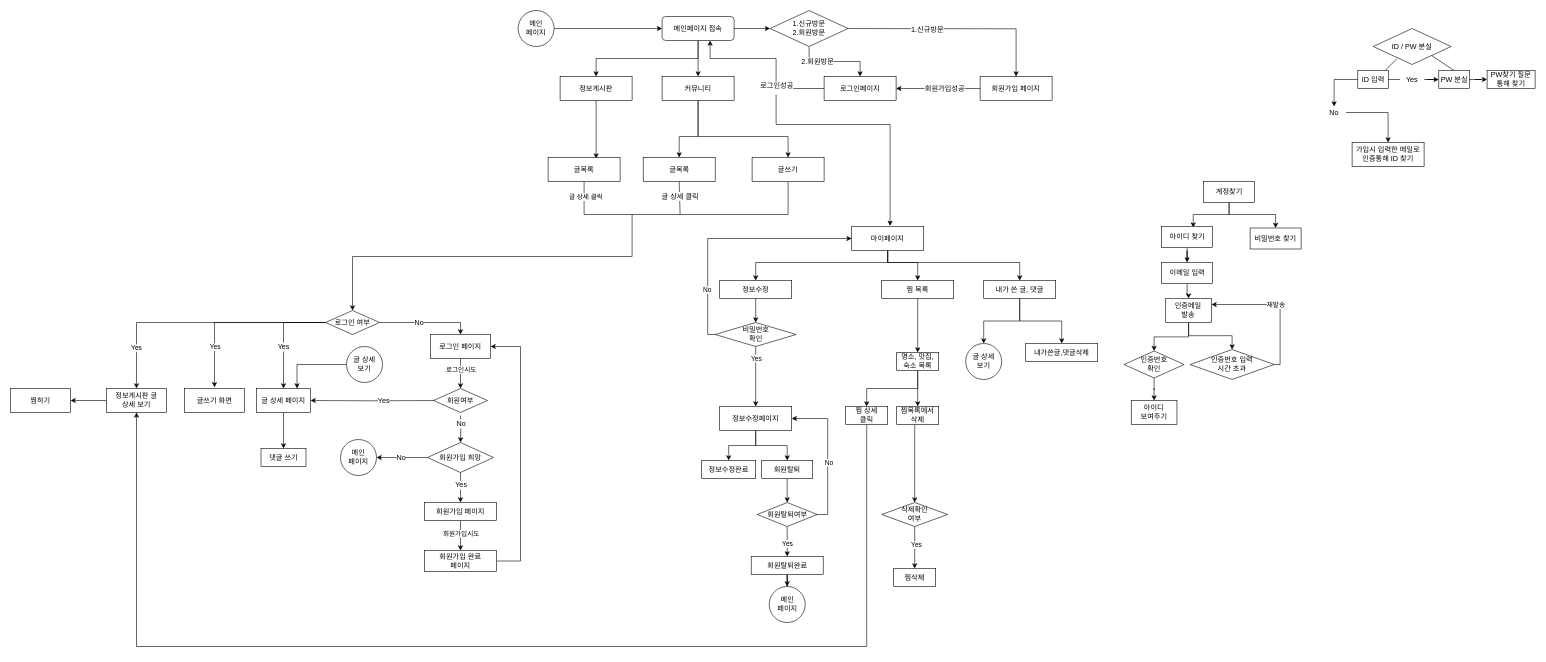
Before: Copy of Untitled Diagram.drawio in kzetadev/dotoriProject, a draw.io diagram. Source tidied: cells renumbered, new cells numbered last; positions are measured from the earlier drawing's top-left corner, leaving out a move shared by most shapes. Both pictures are drawn from the tidied source at 60%, with x=0, y=0 at pixel (10, 10).
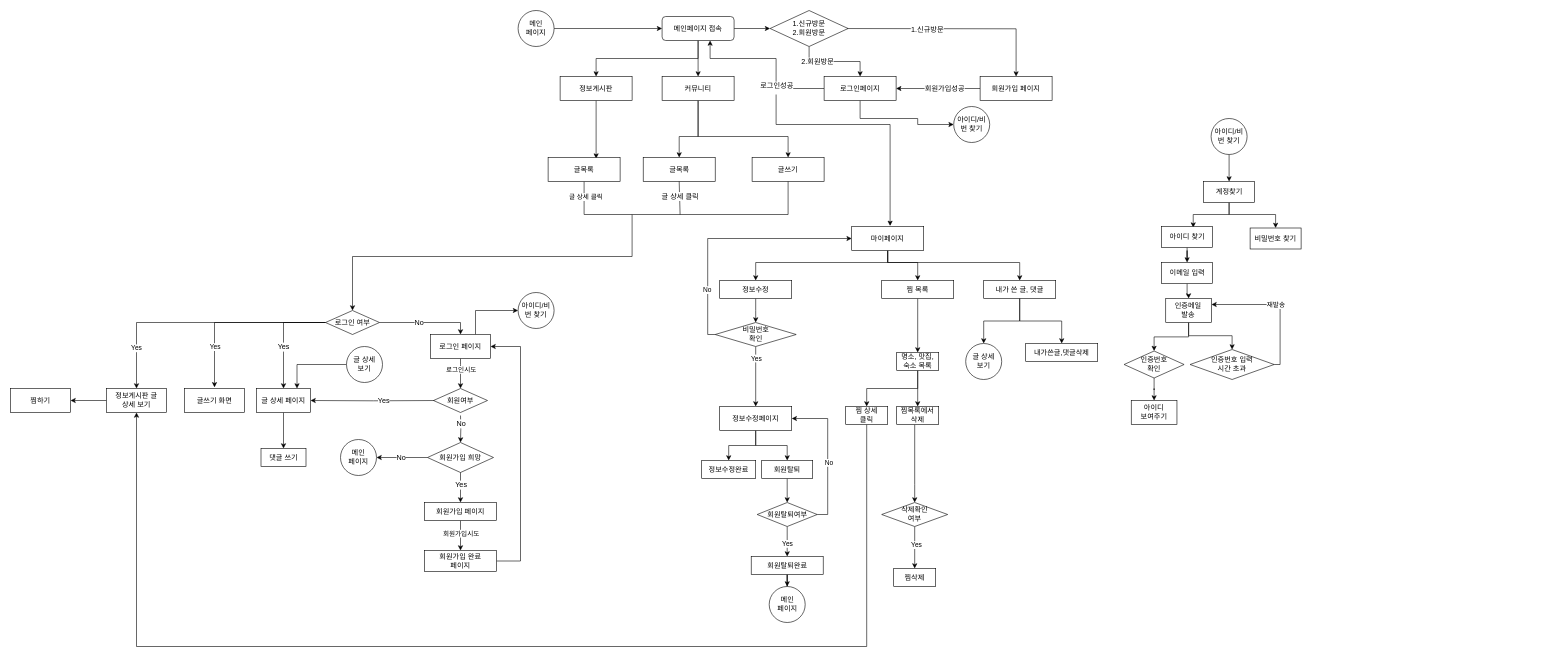
The same diagram, later.

Unchanged cells that the change refers to:
```xml
<mxCell id="15" value="로그인페이지" style="rounded=0;whiteSpace=wrap;html=1;" parent="1" vertex="1">
  <mxGeometry x="1356" y="110" width="120" height="40" as="geometry" />
</mxCell>
<mxCell id="39" value="로그인 페이지" style="rounded=0;whiteSpace=wrap;html=1;" parent="1" vertex="1">
  <mxGeometry x="700" y="540" width="100" height="40" as="geometry" />
</mxCell>
<mxCell id="132" value="계정찾기" style="rounded=0;whiteSpace=wrap;html=1;" parent="1" vertex="1">
  <mxGeometry x="1988.5" y="285" width="85" height="35" as="geometry" />
</mxCell>
```

Diff of the diagram source:
```diff
@@
+    <mxCell id="147" style="edgeStyle=orthogonalEdgeStyle;rounded=0;jettySize=auto;html=1;entryX=0;entryY=0.5;entryDx=0;entryDy=0;exitX=0.5;exitY=1;exitDx=0;exitDy=0;" parent="1" edge="1" source="15" target="151">
+      <mxGeometry relative="1" as="geometry">
+        <Array as="points">
+          <mxPoint x="1416" y="180" />
+          <mxPoint x="1512" y="180" />
+          <mxPoint x="1512" y="190" />
+        </Array>
+      </mxGeometry>
+    </mxCell>
@@
+    <mxCell id="148" style="edgeStyle=orthogonalEdgeStyle;rounded=0;jettySize=auto;html=1;exitX=0.75;exitY=0;exitDx=0;exitDy=0;entryX=0;entryY=0.5;entryDx=0;entryDy=0;" parent="1" edge="1" source="39" target="152">
+      <mxGeometry relative="1" as="geometry" />
+    </mxCell>
@@
-    <mxCell id="116" value="ID / PW 분실" style="rhombus;whiteSpace=wrap;html=1;" parent="1" vertex="1">
-      <mxGeometry x="2271" y="30" width="130" height="60" as="geometry" />
-    </mxCell>
-    <mxCell id="117" value="가입시 입력한 메일로&lt;br&gt;인증통해 ID 찾기" style="rounded=0;whiteSpace=wrap;html=1;" parent="1" vertex="1">
-      <mxGeometry x="2236" y="220" width="120" height="40" as="geometry" />
-    </mxCell>
-    <mxCell id="118" style="endArrow=none;html=1;" parent="1" edge="1">
-      <mxGeometry relative="1" as="geometry">
-        <mxPoint x="2291" y="100" as="sourcePoint" />
-        <mxPoint x="2311" y="80" as="targetPoint" />
-      </mxGeometry>
-    </mxCell>
-    <mxCell id="119" style="edgeStyle=orthogonalEdgeStyle;rounded=0;jettySize=auto;html=1;entryX=0.5;entryY=0;entryDx=0;entryDy=0;" parent="1" edge="1" source="125" target="117">
-      <mxGeometry relative="1" as="geometry" />
-    </mxCell>
-    <mxCell id="120" style="edgeStyle=orthogonalEdgeStyle;rounded=0;jettySize=auto;html=1;" parent="1" edge="1" source="127" target="123">
-      <mxGeometry relative="1" as="geometry" />
-    </mxCell>
-    <mxCell id="121" value="ID 입력" style="rounded=0;whiteSpace=wrap;html=1;" parent="1" vertex="1">
-      <mxGeometry x="2245.5" y="100" width="51" height="30" as="geometry" />
-    </mxCell>
-    <mxCell id="122" style="edgeStyle=orthogonalEdgeStyle;rounded=0;jettySize=auto;html=1;" parent="1" edge="1" source="123" target="124">
-      <mxGeometry relative="1" as="geometry" />
-    </mxCell>
-    <mxCell id="123" value="PW 분실" style="rounded=0;whiteSpace=wrap;html=1;" parent="1" vertex="1">
-      <mxGeometry x="2380.5" y="100" width="51" height="30" as="geometry" />
-    </mxCell>
-    <mxCell id="124" value="PW찾기 질문 통해 찾기" style="rounded=0;whiteSpace=wrap;html=1;" parent="1" vertex="1">
-      <mxGeometry x="2461" y="100" width="80" height="30" as="geometry" />
-    </mxCell>
-    <mxCell id="125" value="No" style="text;html=1;strokeColor=none;fillColor=none;align=center;verticalAlign=middle;whiteSpace=wrap;rounded=0;" parent="1" vertex="1">
-      <mxGeometry x="2186" y="160" width="40" height="20" as="geometry" />
-    </mxCell>
-    <mxCell id="126" style="edgeStyle=orthogonalEdgeStyle;rounded=0;jettySize=auto;html=1;entryX=0.5;entryY=0;entryDx=0;entryDy=0;" parent="1" edge="1" source="121" target="125">
-      <mxGeometry relative="1" as="geometry" />
-    </mxCell>
-    <mxCell id="127" value="Yes" style="text;html=1;strokeColor=none;fillColor=none;align=center;verticalAlign=middle;whiteSpace=wrap;rounded=0;" parent="1" vertex="1">
-      <mxGeometry x="2316" y="72.5" width="40" height="85" as="geometry" />
-    </mxCell>
-    <mxCell id="128" style="endArrow=none;html=1;exitX=1;exitY=0.5;exitDx=0;exitDy=0;entryX=0;entryY=0.5;entryDx=0;entryDy=0;" parent="1" edge="1" source="121" target="127">
-      <mxGeometry relative="1" as="geometry" />
-    </mxCell>
-    <mxCell id="129" style="endArrow=none;html=1;exitX=0.5;exitY=0;exitDx=0;exitDy=0;entryX=1;entryY=1;entryDx=0;entryDy=0;" parent="1" edge="1" source="123" target="116">
-      <mxGeometry relative="1" as="geometry" />
-    </mxCell>
@@
+    <mxCell id="149" style="edgeStyle=orthogonalEdgeStyle;rounded=0;jettySize=auto;html=1;entryX=0.5;entryY=0;entryDx=0;entryDy=0;" parent="1" edge="1" source="150" target="132">
+      <mxGeometry relative="1" as="geometry" />
+    </mxCell>
+    <mxCell id="150" value="아이디/비번 찾기" style="ellipse;whiteSpace=wrap;html=1;" parent="1" vertex="1">
+      <mxGeometry x="2001" y="180" width="60" height="60" as="geometry" />
+    </mxCell>
+    <mxCell id="151" value="아이디/비번 찾기" style="ellipse;whiteSpace=wrap;html=1;" parent="1" vertex="1">
+      <mxGeometry x="1572" y="160" width="60" height="60" as="geometry" />
+    </mxCell>
+    <mxCell id="152" value="아이디/비번 찾기" style="ellipse;whiteSpace=wrap;html=1;" parent="1" vertex="1">
+      <mxGeometry x="846" y="470" width="60" height="60" as="geometry" />
+    </mxCell>
```
